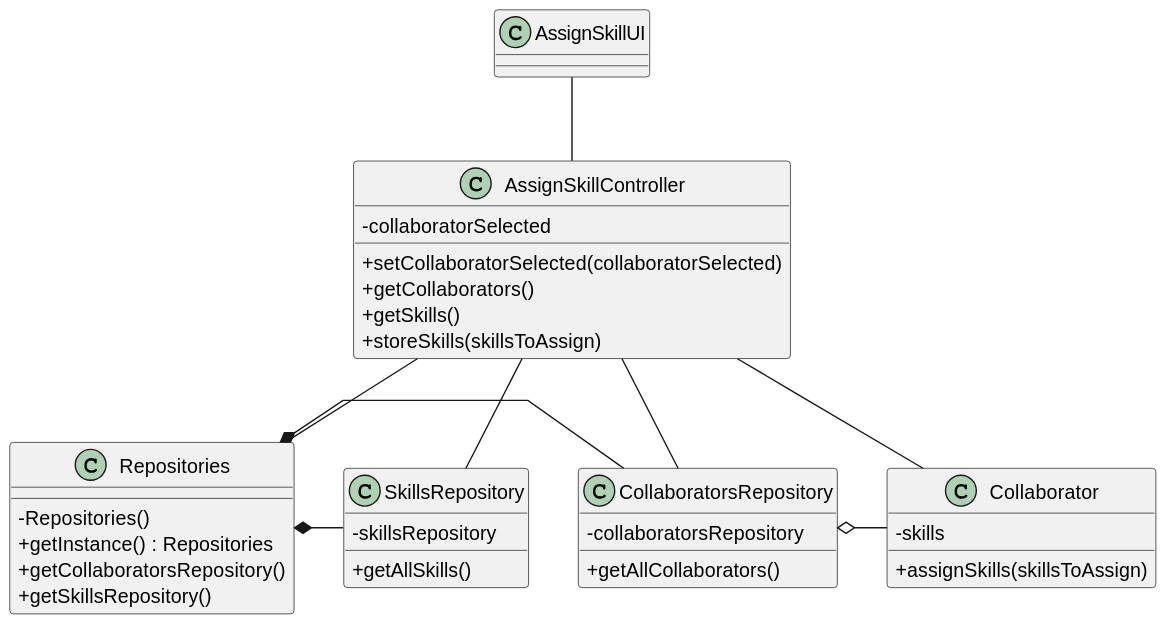
1231360-ISEP/lei-24-s2-1db-g021 keeps this PlantUML diagram as docs/sprint2/us004/03.design/svg/us004-class-diagram.svg. Above is the earlier version.
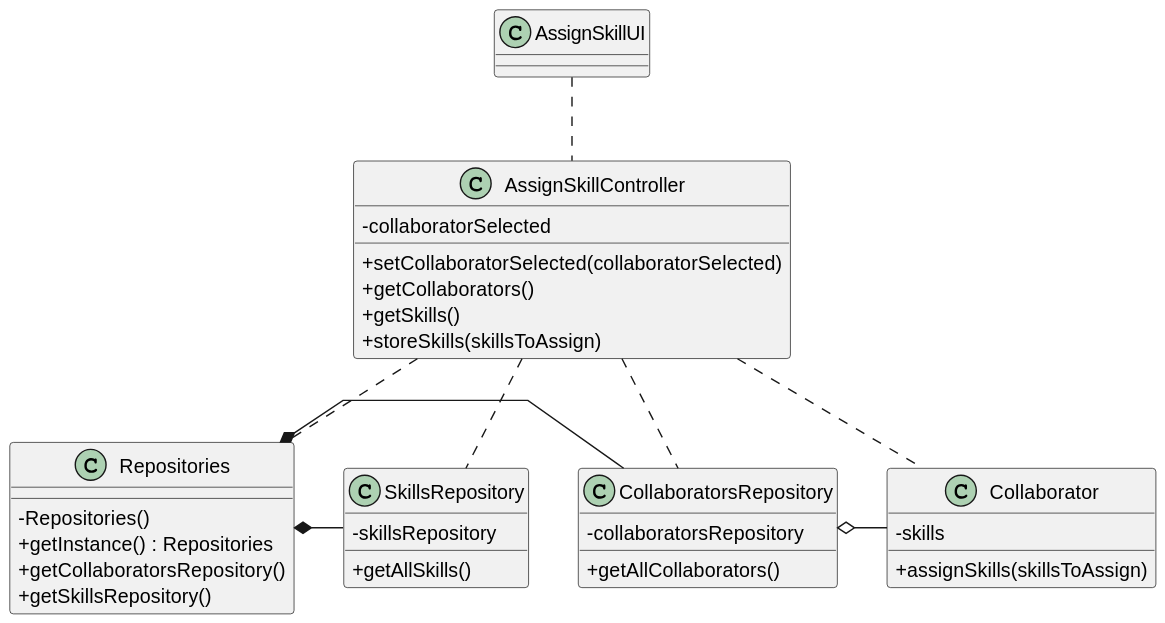
The same file after the commit.

Commit message:
US004 & Us008 - updating Class Diagrams and their svg.

Diff of the diagram source:
```diff
@@ -39,15 +39,15 @@
 class AssignSkillUI {
 }
 
-AssignSkillUI -- AssignSkillController
+AssignSkillUI .. AssignSkillController
 
-AssignSkillController -- Repositories
+AssignSkillController .. Repositories
 
-AssignSkillController -- CollaboratorsRepository
+AssignSkillController .. CollaboratorsRepository
 
-AssignSkillController -- SkillsRepository
+AssignSkillController .. SkillsRepository
 
-AssignSkillController -- Collaborator
+AssignSkillController .. Collaborator
 
 Repositories *- CollaboratorsRepository
 
```
